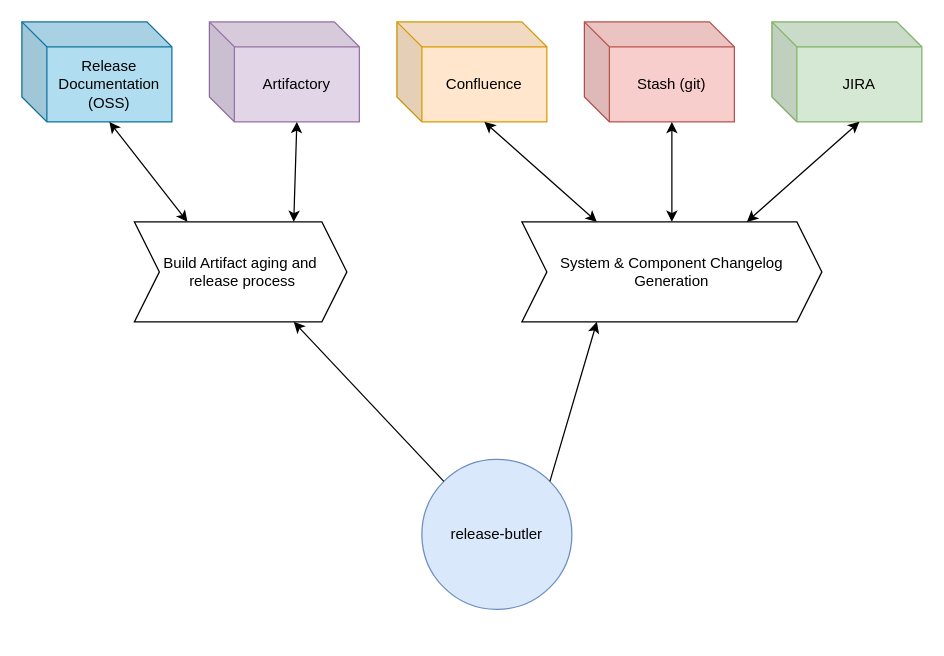
damon-dischler/drawio-diagrams keeps this draw.io diagram as Release-Butler Diagrams.drawio. Above is the earlier version. Source tidied: cells renumbered, new cells numbered last; positions are measured from the earlier drawing's top-left corner, leaving out a move shared by most shapes. Both pictures are drawn from the tidied source at 125%, with x=0, y=0 at pixel (21, 21).
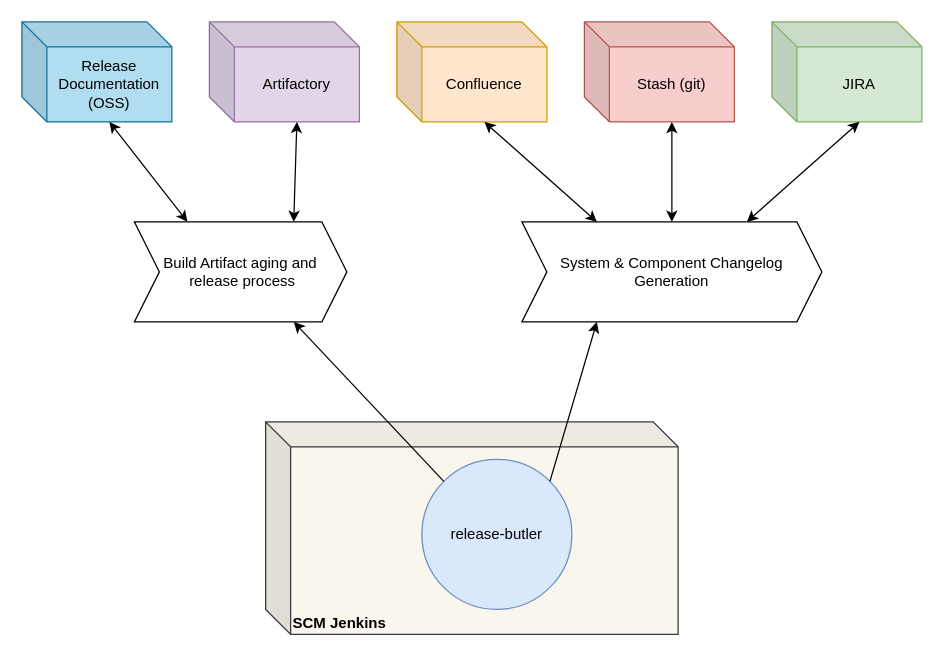
The same diagram, later.

Change to the diagram source:
```diff
@@
 <mxGraphModel>
   <root>
     <mxCell id="0" />
     <mxCell id="1" parent="0" />
+    <mxCell id="17" value="&lt;div&gt;SCM Jenkins&lt;br&gt;&lt;/div&gt;" style="shape=cube;whiteSpace=wrap;html=1;boundedLbl=1;backgroundOutline=1;darkOpacity=0.05;darkOpacity2=0.1;fontStyle=1;align=left;verticalAlign=bottom;fillColor=#f9f7ed;strokeColor=#36393d;" parent="1" vertex="1">
+      <mxGeometry x="195" y="320" width="330" height="170" as="geometry" />
+    </mxCell>
     <mxCell id="2" value="release-butler" style="ellipse;whiteSpace=wrap;html=1;fillColor=#dae8fc;strokeColor=#6c8ebf;" parent="1" vertex="1">
       <mxGeometry x="320" y="350" width="120" height="120" as="geometry" />
     </mxCell>
     <mxCell id="3" value="JIRA" style="shape=cube;whiteSpace=wrap;html=1;boundedLbl=1;backgroundOutline=1;darkOpacity=0.05;darkOpacity2=0.1;fillColor=#d5e8d4;strokeColor=#82b366;" parent="1" vertex="1">
       <mxGeometry x="600" width="120" height="80" as="geometry" />
     </mxCell>
     <mxCell id="4" value="Confluence" style="shape=cube;whiteSpace=wrap;html=1;boundedLbl=1;backgroundOutline=1;darkOpacity=0.05;darkOpacity2=0.1;fillColor=#ffe6cc;strokeColor=#d79b00;" parent="1" vertex="1">
       <mxGeometry x="300" width="120" height="80" as="geometry" />
     </mxCell>
     <mxCell id="5" value="Stash (git)" style="shape=cube;whiteSpace=wrap;html=1;boundedLbl=1;backgroundOutline=1;darkOpacity=0.05;darkOpacity2=0.1;fillColor=#f8cecc;strokeColor=#b85450;" parent="1" vertex="1">
       <mxGeometry x="450" width="120" height="80" as="geometry" />
     </mxCell>
     <mxCell id="6" value="&lt;div&gt;Build Artifact aging and&lt;/div&gt;&lt;div&gt;&amp;nbsp;release process&lt;/div&gt;" style="shape=step;perimeter=stepPerimeter;whiteSpace=wrap;html=1;fixedSize=1;" parent="1" vertex="1">
       <mxGeometry x="90" y="160" width="170" height="80" as="geometry" />
     </mxCell>
     <mxCell id="7" value="Artifactory" style="shape=cube;whiteSpace=wrap;html=1;boundedLbl=1;backgroundOutline=1;darkOpacity=0.05;darkOpacity2=0.1;fillColor=#e1d5e7;strokeColor=#9673a6;" parent="1" vertex="1">
       <mxGeometry x="150" width="120" height="80" as="geometry" />
     </mxCell>
     <mxCell id="8" value="System &amp;amp; Component Changelog Generation" style="shape=step;perimeter=stepPerimeter;whiteSpace=wrap;html=1;fixedSize=1;" parent="1" vertex="1">
       <mxGeometry x="400" y="160" width="240" height="80" as="geometry" />
     </mxCell>
     <mxCell id="9" style="endArrow=classic;html=1;rounded=0;exitX=1;exitY=0;exitDx=0;exitDy=0;entryX=0.25;entryY=1;entryDx=0;entryDy=0;" parent="1" edge="1" source="2" target="8">
       <mxGeometry relative="1" as="geometry" />
     </mxCell>
     <mxCell id="10" style="endArrow=classic;html=1;rounded=0;exitX=0;exitY=0;exitDx=0;exitDy=0;entryX=0.75;entryY=1;entryDx=0;entryDy=0;" parent="1" edge="1" source="2" target="6">
       <mxGeometry relative="1" as="geometry" />
     </mxCell>
     <mxCell id="11" style="endArrow=classic;startArrow=classic;html=1;rounded=0;exitX=0.75;exitY=0;exitDx=0;exitDy=0;entryX=0;entryY=0;entryDx=70;entryDy=80;entryPerimeter=0;" parent="1" edge="1" source="6" target="7">
       <mxGeometry relative="1" as="geometry" />
     </mxCell>
     <mxCell id="12" value="&lt;div&gt;Release Documentation&lt;/div&gt;&lt;div&gt;(OSS)&lt;br&gt;&lt;/div&gt;" style="shape=cube;whiteSpace=wrap;html=1;boundedLbl=1;backgroundOutline=1;darkOpacity=0.05;darkOpacity2=0.1;fillColor=#b1ddf0;strokeColor=#10739e;" parent="1" vertex="1">
       <mxGeometry width="120" height="80" as="geometry" />
     </mxCell>
     <mxCell id="13" style="endArrow=classic;startArrow=classic;html=1;rounded=0;exitX=0.25;exitY=0;exitDx=0;exitDy=0;entryX=0;entryY=0;entryDx=70;entryDy=80;entryPerimeter=0;" parent="1" edge="1" source="6" target="12">
       <mxGeometry relative="1" as="geometry" />
     </mxCell>
     <mxCell id="14" style="endArrow=classic;startArrow=classic;html=1;rounded=0;exitX=0.25;exitY=0;exitDx=0;exitDy=0;entryX=0;entryY=0;entryDx=70;entryDy=80;entryPerimeter=0;" parent="1" edge="1" source="8" target="4">
       <mxGeometry relative="1" as="geometry" />
     </mxCell>
     <mxCell id="15" style="endArrow=classic;startArrow=classic;html=1;rounded=0;exitX=0.5;exitY=0;exitDx=0;exitDy=0;entryX=0;entryY=0;entryDx=70;entryDy=80;entryPerimeter=0;" parent="1" edge="1" source="8" target="5">
       <mxGeometry relative="1" as="geometry" />
     </mxCell>
     <mxCell id="16" style="endArrow=classic;startArrow=classic;html=1;rounded=0;exitX=0.75;exitY=0;exitDx=0;exitDy=0;entryX=0;entryY=0;entryDx=70;entryDy=80;entryPerimeter=0;" parent="1" edge="1" source="8" target="3">
       <mxGeometry relative="1" as="geometry" />
     </mxCell>
   </root>
 </mxGraphModel>
```
